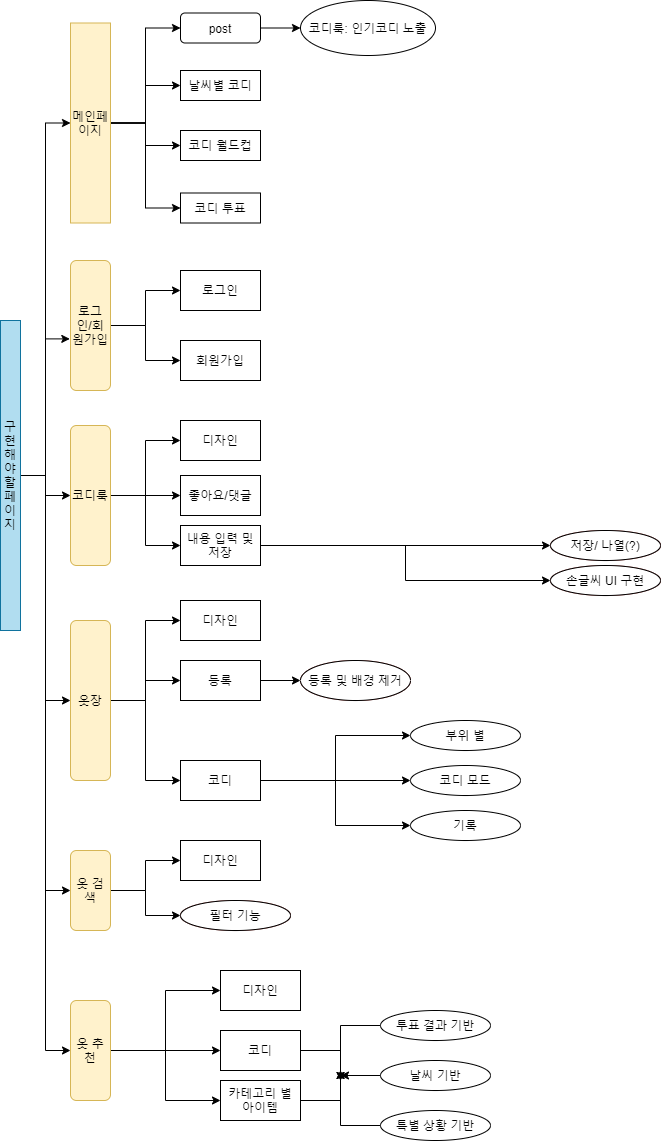
Earlier version of the draw.io export 다나와 코디 사이트.png (JAGORING/dnw2020). Source tidied: cells renumbered, new cells last; positions are measured from the earlier drawing's top-left corner, leaving out a move shared by most shapes.
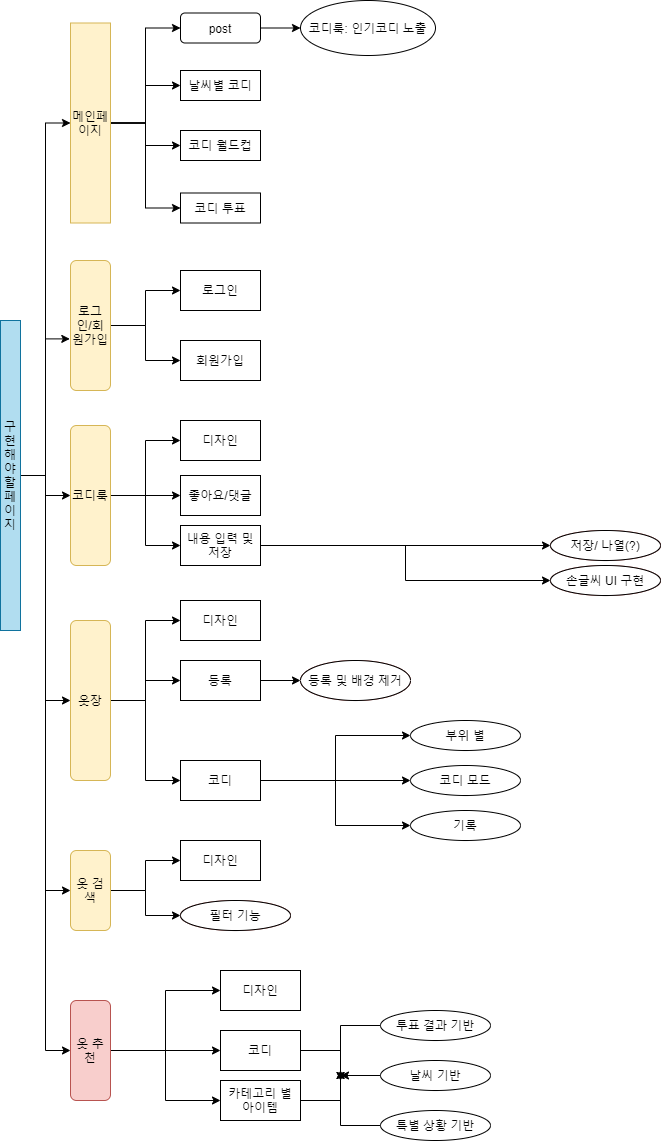
Later version of the same file.

Commit message:
Update 다나와 코디 사이트.png

What changed in the source:
```diff
@@ -89,7 +89,7 @@
     <mxCell id="30" style="edgeStyle=orthogonalEdgeStyle;rounded=0;jettySize=auto;html=1;entryX=0;entryY=0.5;entryDx=0;entryDy=0;" parent="1" edge="1" source="31" target="71">
       <mxGeometry relative="1" as="geometry" />
     </mxCell>
-    <mxCell id="31" value="옷 추천" style="rounded=1;whiteSpace=wrap;html=1;fillColor=#fff2cc;strokeColor=#d6b656;" parent="1" vertex="1">
+    <mxCell id="31" value="옷 추천" style="rounded=1;whiteSpace=wrap;html=1;strokeColor=#b85450;fillColor=#f8cecc;" parent="1" vertex="1">
       <mxGeometry x="70" y="1000" width="40" height="100" as="geometry" />
     </mxCell>
     <mxCell id="32" style="edgeStyle=orthogonalEdgeStyle;rounded=0;jettySize=auto;html=1;" parent="1" edge="1" source="33" target="34">
```
